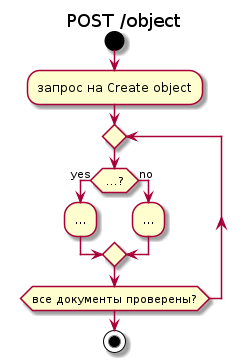
Earlier version of the PlantUML export assets/images/some-api-activity.png (katerina-glushko/requirements-templates).
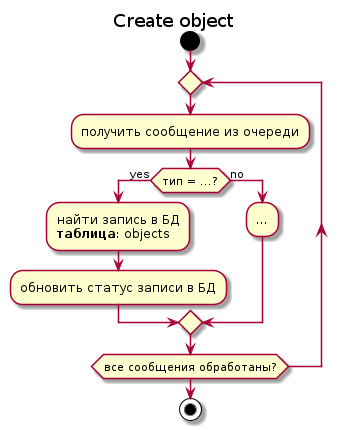
The same diagram one commit later.

The edit, as a diff of the source:
```diff
@@ -1,15 +1,16 @@
 @startuml
 
-title POST /object
+title Create object
 start
-:запрос на Create object;
 repeat
-    if (...?) then (yes)
-        :...;
+    :получить сообщение из очереди;
+    if (тип = ...?) then (yes)
+        :найти запись в БД\n**таблица**: objects;
+        :обновить статус записи в БД;
     else (no)
         :...;
     endif
-repeat while (все документы проверены?)
+repeat while (все сообщения обработаны?)
 stop
 
 @enduml
```
